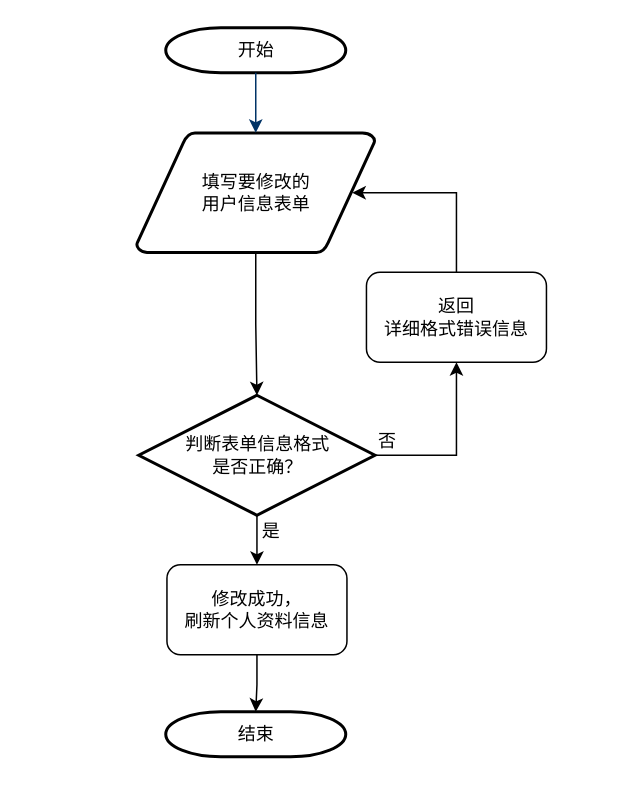
Before: page "修改个人信息" (4 of 16) of 流程图.drawio in Gonod20s/Voice-Controlled-Robot, a draw.io diagram. Source tidied: cells renumbered, new cells numbered last; positions are measured from the earlier drawing's top-left corner, leaving out a move shared by most shapes. Both pictures are drawn from the tidied source at 150%, with x=0, y=0 at pixel (135, 27).
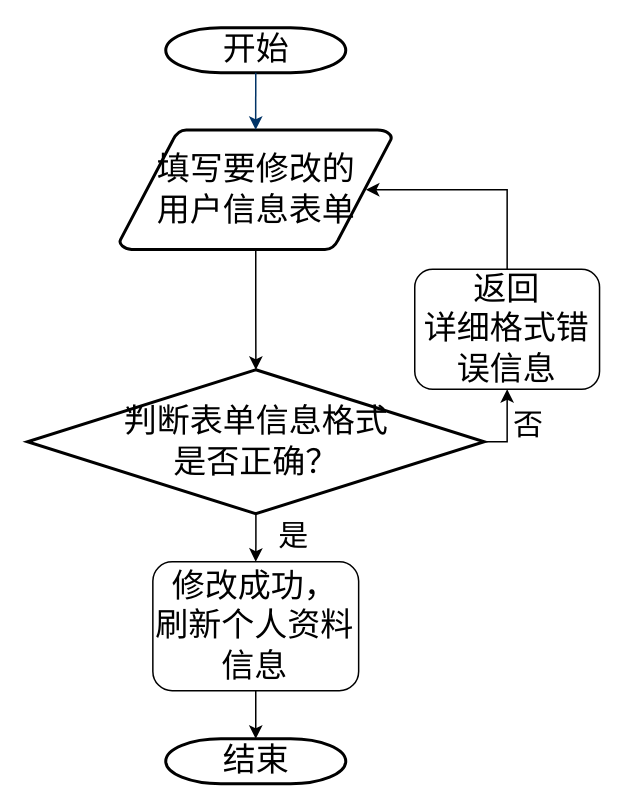
The same diagram, later.

The edit, as a diff of the source:
```diff
@@
 <mxGraphModel>
   <root>
     <mxCell id="0" />
     <mxCell id="1" parent="0" />
-    <mxCell id="2" value="开始" style="shape=mxgraph.flowchart.terminator;strokeWidth=2;gradientColor=none;gradientDirection=north;fontStyle=0;html=1;" parent="1" vertex="1">
+    <mxCell id="2" value="&lt;font style=&quot;font-size: 22px;&quot;&gt;开始&lt;/font&gt;" style="shape=mxgraph.flowchart.terminator;strokeWidth=2;gradientColor=none;gradientDirection=north;fontStyle=0;html=1;" parent="1" vertex="1">
       <mxGeometry x="20" width="120" height="30" as="geometry" />
     </mxCell>
     <mxCell id="3" style="edgeStyle=orthogonalEdgeStyle;rounded=0;jettySize=auto;html=1;" parent="1" edge="1" source="4" target="8">
       <mxGeometry relative="1" as="geometry" />
     </mxCell>
-    <mxCell id="4" value="填写要修改的&lt;div&gt;用户信息表单&lt;/div&gt;" style="shape=mxgraph.flowchart.data;strokeWidth=2;gradientColor=none;gradientDirection=north;fontStyle=0;html=1;" parent="1" vertex="1">
-      <mxGeometry x="0.5" y="70" width="159" height="80" as="geometry" />
+    <mxCell id="4" value="&lt;font style=&quot;font-size: 22px;&quot;&gt;填写要修改的&lt;/font&gt;&lt;div&gt;&lt;font style=&quot;font-size: 22px;&quot;&gt;用户信息表单&lt;/font&gt;&lt;/div&gt;" style="shape=mxgraph.flowchart.data;strokeWidth=2;gradientColor=none;gradientDirection=north;fontStyle=0;html=1;" parent="1" vertex="1">
+      <mxGeometry x="-10.8" y="68" width="181.5" height="80" as="geometry" />
     </mxCell>
     <mxCell id="5" style="fontStyle=1;strokeColor=#003366;strokeWidth=1;html=1;" parent="1" edge="1" source="2" target="4">
       <mxGeometry relative="1" as="geometry" />
     </mxCell>
     <mxCell id="6" style="edgeStyle=orthogonalEdgeStyle;rounded=0;jettySize=auto;html=1;exitX=1;exitY=0.5;exitDx=0;exitDy=0;exitPerimeter=0;entryX=0.5;entryY=1;entryDx=0;entryDy=0;" parent="1" edge="1" source="8" target="13">
       <mxGeometry relative="1" as="geometry" />
     </mxCell>
     <mxCell id="7" style="edgeStyle=orthogonalEdgeStyle;rounded=0;jettySize=auto;html=1;" parent="1" edge="1" source="8" target="10">
       <mxGeometry relative="1" as="geometry" />
     </mxCell>
-    <mxCell id="8" value="&lt;span style=&quot;background-color: transparent;&quot;&gt;判断表单信息格式&lt;/span&gt;&lt;div&gt;&lt;span style=&quot;background-color: transparent;&quot;&gt;是否正确？&lt;/span&gt;&lt;/div&gt;" style="shape=mxgraph.flowchart.decision;strokeWidth=2;gradientColor=none;gradientDirection=north;fontStyle=0;html=1;" parent="1" vertex="1">
-      <mxGeometry x="2" y="245" width="157.5" height="80" as="geometry" />
+    <mxCell id="8" value="&lt;span style=&quot;background-color: transparent;&quot;&gt;&lt;font style=&quot;font-size: 22px;&quot;&gt;判断表单信息格式&lt;/font&gt;&lt;/span&gt;&lt;div&gt;&lt;span style=&quot;background-color: transparent;&quot;&gt;&lt;font style=&quot;font-size: 22px;&quot;&gt;是否正确？&lt;/font&gt;&lt;/span&gt;&lt;/div&gt;" style="shape=mxgraph.flowchart.decision;strokeWidth=2;gradientColor=none;gradientDirection=north;fontStyle=0;html=1;" parent="1" vertex="1">
+      <mxGeometry x="-72.2" y="228" width="304.5" height="96" as="geometry" />
     </mxCell>
     <mxCell id="9" style="edgeStyle=orthogonalEdgeStyle;rounded=0;jettySize=auto;html=1;" parent="1" edge="1" source="10" target="11">
       <mxGeometry relative="1" as="geometry" />
     </mxCell>
-    <mxCell id="10" value="修改成功，&lt;div&gt;刷新个人资料信息&lt;/div&gt;" style="rounded=1;whiteSpace=wrap;html=1;" parent="1" vertex="1">
-      <mxGeometry x="20.8" y="358" width="120" height="60" as="geometry" />
+    <mxCell id="10" value="&lt;font style=&quot;font-size: 22px;&quot;&gt;修改成功，&lt;/font&gt;&lt;div&gt;&lt;font style=&quot;font-size: 22px;&quot;&gt;刷新个人资料信息&lt;/font&gt;&lt;/div&gt;" style="rounded=1;whiteSpace=wrap;html=1;" parent="1" vertex="1">
+      <mxGeometry x="11.4" y="356" width="137.2" height="86" as="geometry" />
     </mxCell>
-    <mxCell id="11" value="结束" style="shape=mxgraph.flowchart.terminator;strokeWidth=2;gradientColor=none;gradientDirection=north;fontStyle=0;html=1;" parent="1" vertex="1">
-      <mxGeometry x="20" y="456" width="120" height="30" as="geometry" />
+    <mxCell id="11" value="&lt;font style=&quot;font-size: 22px;&quot;&gt;结束&lt;/font&gt;" style="shape=mxgraph.flowchart.terminator;strokeWidth=2;gradientColor=none;gradientDirection=north;fontStyle=0;html=1;" parent="1" vertex="1">
+      <mxGeometry x="20" y="474" width="120" height="30" as="geometry" />
     </mxCell>
     <mxCell id="12" style="edgeStyle=orthogonalEdgeStyle;rounded=0;jettySize=auto;html=1;entryX=0.905;entryY=0.5;entryDx=0;entryDy=0;exitX=0.5;exitY=0;exitDx=0;exitDy=0;entryPerimeter=0;" parent="1" edge="1" source="13" target="4">
       <mxGeometry relative="1" as="geometry">
         <Array as="points">
-          <mxPoint x="214" y="110" />
+          <mxPoint x="248" y="108" />
         </Array>
       </mxGeometry>
     </mxCell>
-    <mxCell id="13" value="返回&lt;div&gt;详细格式错误信息&lt;/div&gt;" style="rounded=1;whiteSpace=wrap;html=1;" parent="1" vertex="1">
-      <mxGeometry x="153.8" y="163" width="120" height="60" as="geometry" />
+    <mxCell id="13" value="&lt;font style=&quot;font-size: 22px;&quot;&gt;返回&lt;/font&gt;&lt;div&gt;&lt;font style=&quot;font-size: 22px;&quot;&gt;详细格式错误信息&lt;/font&gt;&lt;/div&gt;" style="rounded=1;whiteSpace=wrap;html=1;" parent="1" vertex="1">
+      <mxGeometry x="186" y="161" width="123.2" height="80" as="geometry" />
     </mxCell>
-    <mxCell id="14" value="否" style="text;fontStyle=0;html=1;strokeColor=none;gradientColor=none;fillColor=none;strokeWidth=2;" parent="1" vertex="1">
-      <mxGeometry x="159.5" y="262" width="40" height="26" as="geometry" />
+    <mxCell id="14" value="&lt;font style=&quot;font-size: 20px;&quot;&gt;否&lt;/font&gt;" style="text;fontStyle=0;html=1;strokeColor=none;gradientColor=none;fillColor=none;strokeWidth=2;" parent="1" vertex="1">
+      <mxGeometry x="250" y="246" width="40" height="26" as="geometry" />
     </mxCell>
-    <mxCell id="15" value="是" style="text;html=1;align=center;verticalAlign=middle;strokeColor=none;fillColor=none;" parent="1" vertex="1">
-      <mxGeometry x="75" y="323" width="30" height="26" as="geometry" />
+    <mxCell id="15" value="&lt;font style=&quot;font-size: 20px;&quot;&gt;是&lt;/font&gt;" style="text;html=1;align=center;verticalAlign=middle;strokeColor=none;fillColor=none;" parent="1" vertex="1">
+      <mxGeometry x="86" y="320" width="38" height="36" as="geometry" />
     </mxCell>
   </root>
 </mxGraphModel>
```
